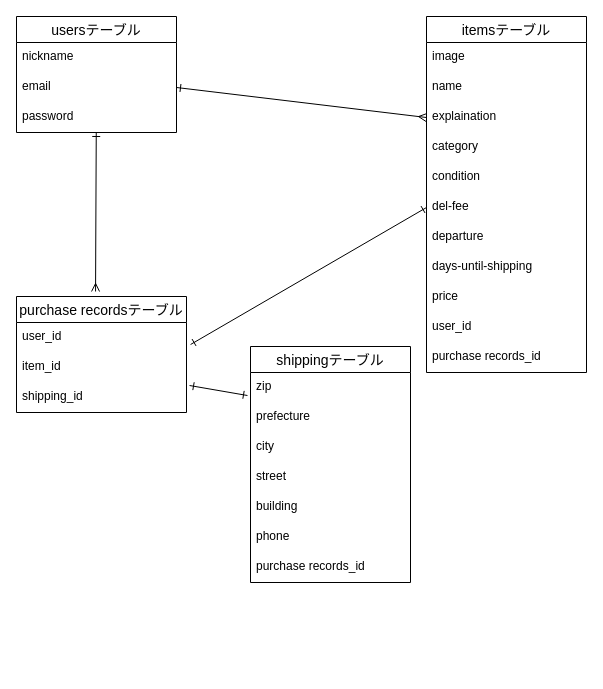
sakuuuuuuuu/furima-39461 keeps this draw.io diagram as test.dio. Above is the earlier version. Source tidied: cells renumbered, new cells numbered last; positions are measured from the earlier drawing's top-left corner, leaving out a move shared by most shapes. Both pictures are drawn from the tidied source at 100%, with x=0, y=0 at pixel (16, 16).
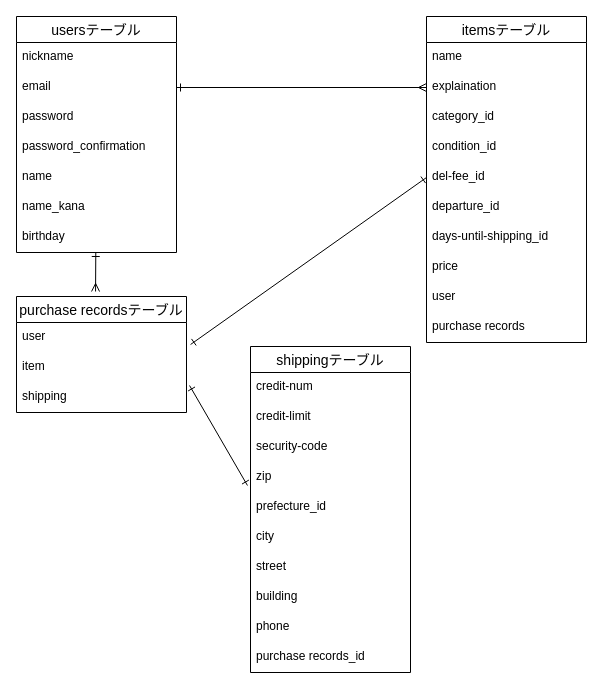
After the change.

The change refers to these unchanged cells:
```xml
<mxCell id="29" value="purchase recordsテーブル" style="swimlane;fontStyle=0;horizontal=1;startSize=26;align=center;fontSize=14;" parent="1" vertex="1">
  <mxGeometry y="280" width="170" height="116" as="geometry" />
</mxCell>
```

Change to the diagram source:
```diff
@@
     <mxCell id="3" value="usersテーブル" style="swimlane;fontStyle=0;horizontal=1;startSize=26;align=center;fontSize=14;" parent="1" vertex="1">
-      <mxGeometry width="160" height="116" as="geometry" />
+      <mxGeometry width="160" height="236" as="geometry" />
     </mxCell>
@@
+    <mxCell id="34" value="password_confirmation" style="text;strokeColor=none;fillColor=none;spacingLeft=4;spacingRight=4;overflow=hidden;fontSize=12;" parent="3" vertex="1">
+      <mxGeometry y="116" width="160" height="30" as="geometry" />
+    </mxCell>
+    <mxCell id="35" value="name" style="text;strokeColor=none;fillColor=none;spacingLeft=4;spacingRight=4;overflow=hidden;fontSize=12;" parent="3" vertex="1">
+      <mxGeometry y="146" width="160" height="30" as="geometry" />
+    </mxCell>
+    <mxCell id="36" value="name_kana" style="text;strokeColor=none;fillColor=none;spacingLeft=4;spacingRight=4;overflow=hidden;fontSize=12;" parent="3" vertex="1">
+      <mxGeometry y="176" width="160" height="30" as="geometry" />
+    </mxCell>
+    <mxCell id="37" value="birthday" style="text;strokeColor=none;fillColor=none;spacingLeft=4;spacingRight=4;overflow=hidden;fontSize=12;" parent="3" vertex="1">
+      <mxGeometry y="206" width="160" height="30" as="geometry" />
+    </mxCell>
     <mxCell id="7" value="itemsテーブル" style="swimlane;fontStyle=0;horizontal=1;startSize=26;align=center;fontSize=14;" parent="1" vertex="1">
-      <mxGeometry x="410" width="160" height="356" as="geometry" />
+      <mxGeometry x="410" width="160" height="326" as="geometry" />
     </mxCell>
-    <mxCell id="8" value="image" style="text;strokeColor=none;fillColor=none;spacingLeft=4;spacingRight=4;overflow=hidden;fontSize=12;" parent="7" vertex="1">
-      <mxGeometry y="26" width="160" height="30" as="geometry" />
-    </mxCell>
     <mxCell id="9" value="name" style="text;strokeColor=none;fillColor=none;spacingLeft=4;spacingRight=4;overflow=hidden;fontSize=12;" parent="7" vertex="1">
-      <mxGeometry y="56" width="160" height="30" as="geometry" />
+      <mxGeometry y="26" width="160" height="30" as="geometry" />
     </mxCell>
     <mxCell id="10" value="explaination" style="text;strokeColor=none;fillColor=none;spacingLeft=4;spacingRight=4;overflow=hidden;points=[[0,0.5],[1,0.5]];portConstraint=eastwest;fontSize=12;" parent="7" vertex="1">
-      <mxGeometry y="86" width="160" height="30" as="geometry" />
+      <mxGeometry y="56" width="160" height="30" as="geometry" />
     </mxCell>
-    <mxCell id="11" value="category" style="text;strokeColor=none;fillColor=none;spacingLeft=4;spacingRight=4;overflow=hidden;fontSize=12;" parent="7" vertex="1">
-      <mxGeometry y="116" width="160" height="30" as="geometry" />
+    <mxCell id="11" value="category_id" style="text;strokeColor=none;fillColor=none;spacingLeft=4;spacingRight=4;overflow=hidden;fontSize=12;" parent="7" vertex="1">
+      <mxGeometry y="86" width="160" height="30" as="geometry" />
     </mxCell>
-    <mxCell id="12" value="condition" style="text;strokeColor=none;fillColor=none;spacingLeft=4;spacingRight=4;overflow=hidden;fontSize=12;" parent="7" vertex="1">
-      <mxGeometry y="146" width="160" height="30" as="geometry" />
+    <mxCell id="12" value="condition_id" style="text;strokeColor=none;fillColor=none;spacingLeft=4;spacingRight=4;overflow=hidden;fontSize=12;" parent="7" vertex="1">
+      <mxGeometry y="116" width="160" height="30" as="geometry" />
     </mxCell>
-    <mxCell id="13" value="del-fee" style="text;strokeColor=none;fillColor=none;spacingLeft=4;spacingRight=4;overflow=hidden;points=[[0,0.5],[1,0.5]];portConstraint=eastwest;fontSize=12;" parent="7" vertex="1">
-      <mxGeometry y="176" width="160" height="30" as="geometry" />
+    <mxCell id="13" value="del-fee_id" style="text;strokeColor=none;fillColor=none;spacingLeft=4;spacingRight=4;overflow=hidden;points=[[0,0.5],[1,0.5]];portConstraint=eastwest;fontSize=12;" parent="7" vertex="1">
+      <mxGeometry y="146" width="160" height="30" as="geometry" />
     </mxCell>
-    <mxCell id="14" value="departure" style="text;strokeColor=none;fillColor=none;spacingLeft=4;spacingRight=4;overflow=hidden;fontSize=12;" parent="7" vertex="1">
-      <mxGeometry y="206" width="160" height="30" as="geometry" />
+    <mxCell id="14" value="departure_id" style="text;strokeColor=none;fillColor=none;spacingLeft=4;spacingRight=4;overflow=hidden;fontSize=12;" parent="7" vertex="1">
+      <mxGeometry y="176" width="160" height="30" as="geometry" />
     </mxCell>
-    <mxCell id="15" value="days-until-shipping" style="text;strokeColor=none;fillColor=none;spacingLeft=4;spacingRight=4;overflow=hidden;fontSize=12;" parent="7" vertex="1">
-      <mxGeometry y="236" width="160" height="30" as="geometry" />
+    <mxCell id="15" value="days-until-shipping_id" style="text;strokeColor=none;fillColor=none;spacingLeft=4;spacingRight=4;overflow=hidden;fontSize=12;" parent="7" vertex="1">
+      <mxGeometry y="206" width="160" height="30" as="geometry" />
     </mxCell>
     <mxCell id="16" value="price" style="text;strokeColor=none;fillColor=none;spacingLeft=4;spacingRight=4;overflow=hidden;fontSize=12;" parent="7" vertex="1">
-      <mxGeometry y="266" width="160" height="30" as="geometry" />
+      <mxGeometry y="236" width="160" height="30" as="geometry" />
     </mxCell>
-    <mxCell id="17" value="user_id" style="text;strokeColor=none;fillColor=none;spacingLeft=4;spacingRight=4;overflow=hidden;fontSize=12;" parent="7" vertex="1">
-      <mxGeometry y="296" width="160" height="30" as="geometry" />
+    <mxCell id="17" value="user" style="text;strokeColor=none;fillColor=none;spacingLeft=4;spacingRight=4;overflow=hidden;fontSize=12;" parent="7" vertex="1">
+      <mxGeometry y="266" width="160" height="30" as="geometry" />
     </mxCell>
-    <mxCell id="18" value="purchase records_id" style="text;strokeColor=none;fillColor=none;spacingLeft=4;spacingRight=4;overflow=hidden;fontSize=12;" parent="7" vertex="1">
-      <mxGeometry y="326" width="160" height="30" as="geometry" />
+    <mxCell id="18" value="purchase records" style="text;strokeColor=none;fillColor=none;spacingLeft=4;spacingRight=4;overflow=hidden;fontSize=12;" parent="7" vertex="1">
+      <mxGeometry y="296" width="160" height="30" as="geometry" />
     </mxCell>
     <mxCell id="19" value="shippingテーブル" style="swimlane;fontStyle=0;horizontal=1;startSize=26;align=center;fontSize=14;" parent="1" vertex="1">
-      <mxGeometry x="234" y="330" width="160" height="236" as="geometry" />
+      <mxGeometry x="234" y="330" width="160" height="326" as="geometry" />
     </mxCell>
+    <mxCell id="38" value="credit-num" style="text;strokeColor=none;fillColor=none;spacingLeft=4;spacingRight=4;overflow=hidden;fontSize=12;" parent="19" vertex="1">
+      <mxGeometry y="26" width="160" height="30" as="geometry" />
+    </mxCell>
+    <mxCell id="39" value="credit-limit" style="text;strokeColor=none;fillColor=none;spacingLeft=4;spacingRight=4;overflow=hidden;fontSize=12;" parent="19" vertex="1">
+      <mxGeometry y="56" width="160" height="30" as="geometry" />
+    </mxCell>
+    <mxCell id="40" value="security-code" style="text;strokeColor=none;fillColor=none;spacingLeft=4;spacingRight=4;overflow=hidden;fontSize=12;" parent="19" vertex="1">
+      <mxGeometry y="86" width="160" height="30" as="geometry" />
+    </mxCell>
     <mxCell id="20" value="zip" style="text;strokeColor=none;fillColor=none;spacingLeft=4;spacingRight=4;overflow=hidden;points=[[0,0.5],[1,0.5]];portConstraint=eastwest;fontSize=12;" parent="19" vertex="1">
-      <mxGeometry y="26" width="160" height="30" as="geometry" />
+      <mxGeometry y="116" width="160" height="30" as="geometry" />
     </mxCell>
-    <mxCell id="21" value="prefecture" style="text;strokeColor=none;fillColor=none;spacingLeft=4;spacingRight=4;overflow=hidden;fontSize=12;" parent="19" vertex="1">
-      <mxGeometry y="56" width="160" height="30" as="geometry" />
+    <mxCell id="21" value="prefecture_id" style="text;strokeColor=none;fillColor=none;spacingLeft=4;spacingRight=4;overflow=hidden;fontSize=12;" parent="19" vertex="1">
+      <mxGeometry y="146" width="160" height="30" as="geometry" />
     </mxCell>
     <mxCell id="22" value="city" style="text;strokeColor=none;fillColor=none;spacingLeft=4;spacingRight=4;overflow=hidden;fontSize=12;" parent="19" vertex="1">
-      <mxGeometry y="86" width="160" height="30" as="geometry" />
+      <mxGeometry y="176" width="160" height="30" as="geometry" />
     </mxCell>
     <mxCell id="23" value="street" style="text;strokeColor=none;fillColor=none;spacingLeft=4;spacingRight=4;overflow=hidden;fontSize=12;" parent="19" vertex="1">
-      <mxGeometry y="116" width="160" height="30" as="geometry" />
+      <mxGeometry y="206" width="160" height="30" as="geometry" />
     </mxCell>
     <mxCell id="24" value="building" style="text;strokeColor=none;fillColor=none;spacingLeft=4;spacingRight=4;overflow=hidden;fontSize=12;" parent="19" vertex="1">
-      <mxGeometry y="146" width="160" height="30" as="geometry" />
+      <mxGeometry y="236" width="160" height="30" as="geometry" />
     </mxCell>
     <mxCell id="25" value="phone" style="text;strokeColor=none;fillColor=none;spacingLeft=4;spacingRight=4;overflow=hidden;fontSize=12;" parent="19" vertex="1">
-      <mxGeometry y="176" width="160" height="30" as="geometry" />
+      <mxGeometry y="266" width="160" height="30" as="geometry" />
     </mxCell>
     <mxCell id="26" value="purchase records_id" style="text;strokeColor=none;fillColor=none;spacingLeft=4;spacingRight=4;overflow=hidden;fontSize=12;" parent="19" vertex="1">
-      <mxGeometry y="206" width="160" height="30" as="geometry" />
+      <mxGeometry y="296" width="160" height="30" as="geometry" />
     </mxCell>
@@
-    <mxCell id="30" value="user_id" style="text;strokeColor=none;fillColor=none;spacingLeft=4;spacingRight=4;overflow=hidden;points=[[0,0.5],[1,0.5]];portConstraint=eastwest;fontSize=12;" parent="29" vertex="1">
+    <mxCell id="30" value="user" style="text;strokeColor=none;fillColor=none;spacingLeft=4;spacingRight=4;overflow=hidden;points=[[0,0.5],[1,0.5]];portConstraint=eastwest;fontSize=12;" parent="29" vertex="1">
       <mxGeometry y="26" width="170" height="30" as="geometry" />
     </mxCell>
-    <mxCell id="31" value="item_id" style="text;strokeColor=none;fillColor=none;spacingLeft=4;spacingRight=4;overflow=hidden;fontSize=12;" parent="29" vertex="1">
+    <mxCell id="31" value="item" style="text;strokeColor=none;fillColor=none;spacingLeft=4;spacingRight=4;overflow=hidden;fontSize=12;" parent="29" vertex="1">
       <mxGeometry y="56" width="170" height="30" as="geometry" />
     </mxCell>
-    <mxCell id="32" value="shipping_id" style="text;strokeColor=none;fillColor=none;spacingLeft=4;spacingRight=4;overflow=hidden;points=[[0,0.5],[1,0.5]];portConstraint=eastwest;fontSize=12;" parent="29" vertex="1">
+    <mxCell id="32" value="shipping" style="text;strokeColor=none;fillColor=none;spacingLeft=4;spacingRight=4;overflow=hidden;points=[[0,0.5],[1,0.5]];portConstraint=eastwest;fontSize=12;" parent="29" vertex="1">
       <mxGeometry y="86" width="170" height="30" as="geometry" />
     </mxCell>
```
